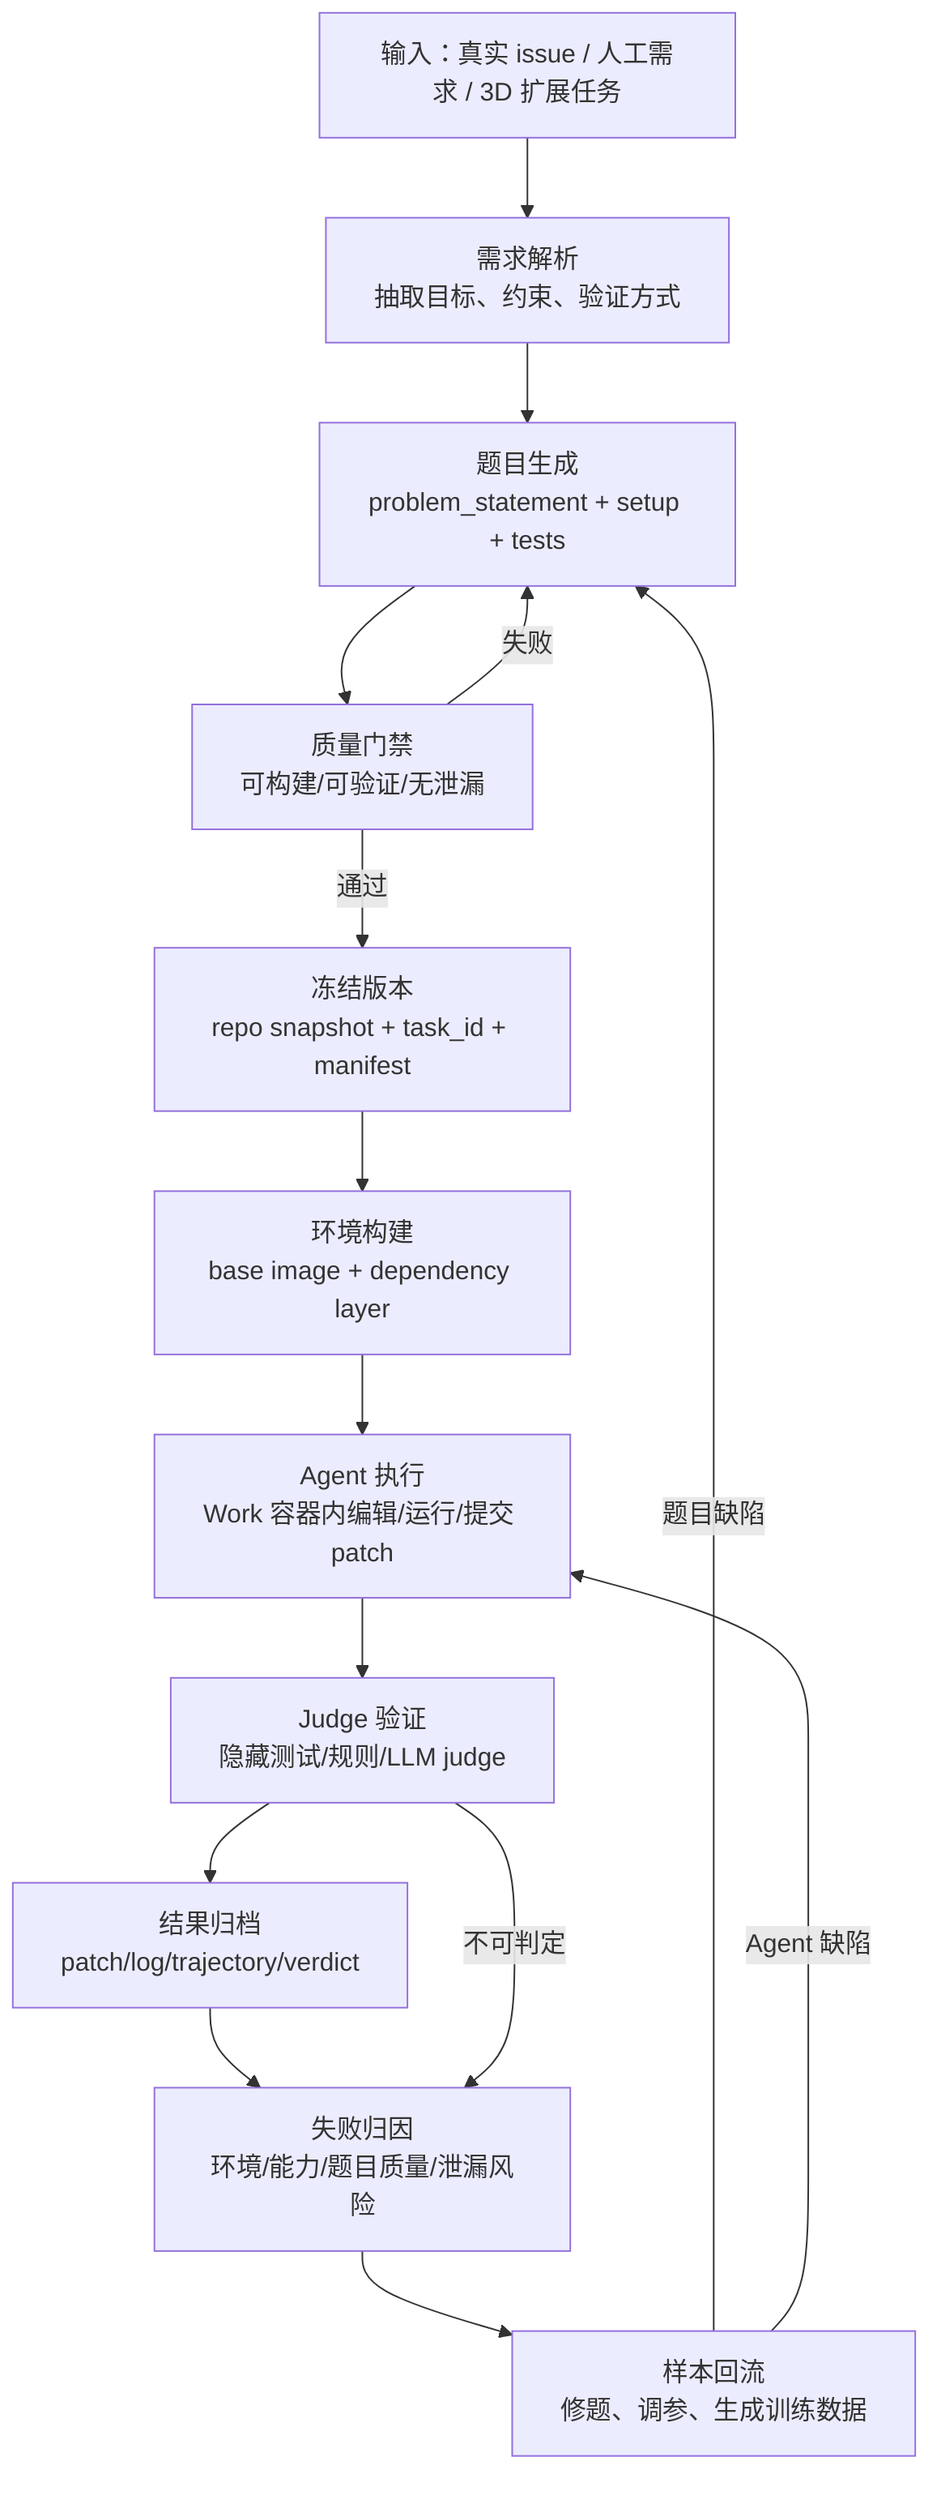
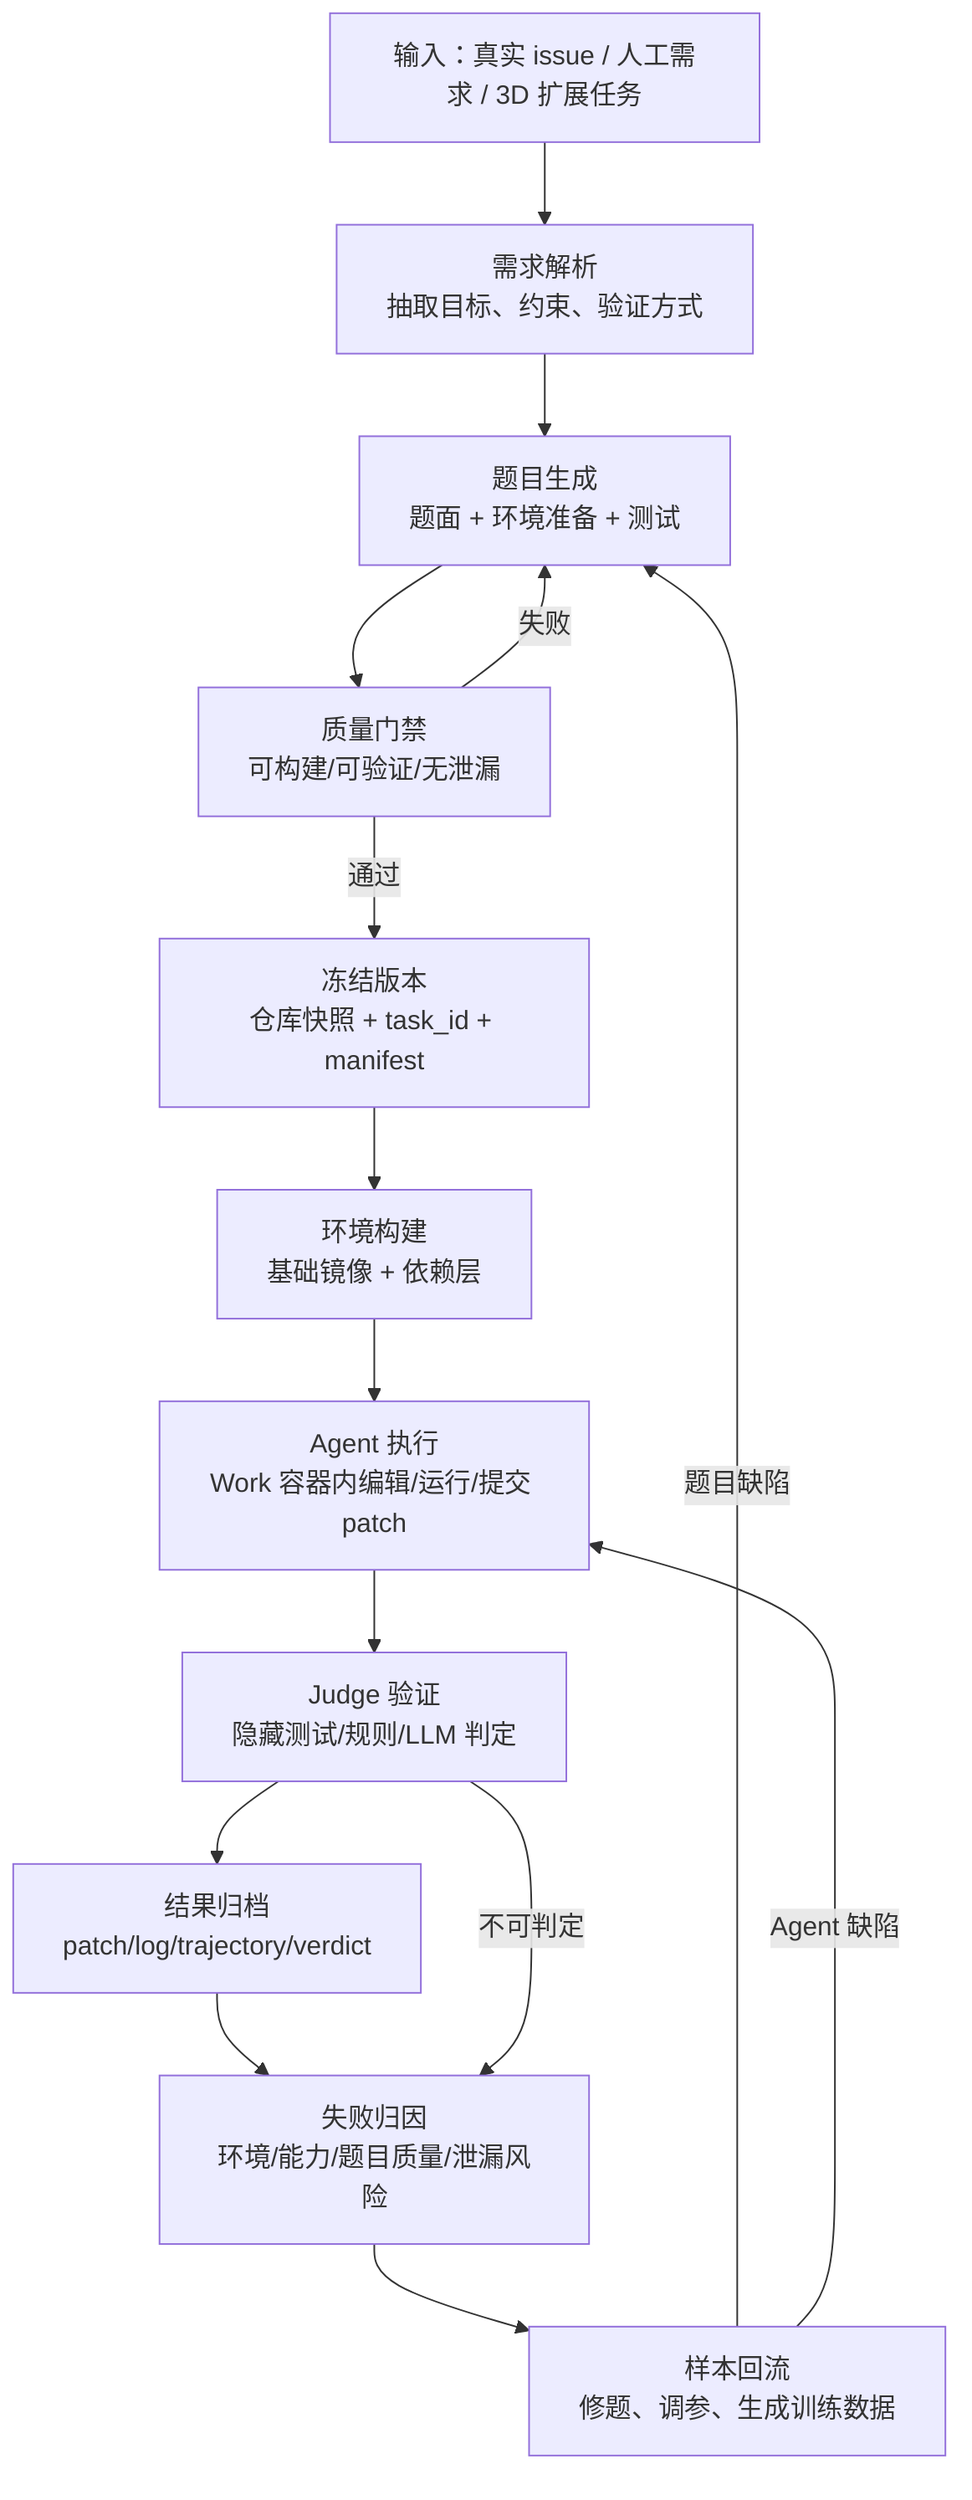
flowchart TD
    N0["输入：真实 issue / 人工需求 / 3D 扩展任务"]
    N1["需求解析\n抽取目标、约束、验证方式"]
-     N2["题目生成\nproblem_statement + setup + tests"]
+     N2["题目生成\n题面 + 环境准备 + 测试"]
    N3["质量门禁\n可构建/可验证/无泄漏"]
-     N4["冻结版本\nrepo snapshot + task_id + manifest"]
-     N5["环境构建\nbase image + dependency layer"]
+     N4["冻结版本\n仓库快照 + task_id + manifest"]
+     N5["环境构建\n基础镜像 + 依赖层"]
    N6["Agent 执行\nWork 容器内编辑/运行/提交 patch"]
-     N7["Judge 验证\n隐藏测试/规则/LLM judge"]
+     N7["Judge 验证\n隐藏测试/规则/LLM 判定"]
    N8["结果归档\npatch/log/trajectory/verdict"]
    N9["失败归因\n环境/能力/题目质量/泄漏风险"]
    N10["样本回流\n修题、调参、生成训练数据"]

    N0 --> N1 --> N2 --> N3
    N3 -->|"通过"| N4 --> N5 --> N6 --> N7 --> N8 --> N9 --> N10
    N3 -->|"失败"| N2
    N7 -->|"不可判定"| N9
    N10 -->|"题目缺陷"| N2
    N10 -->|"Agent 缺陷"| N6
